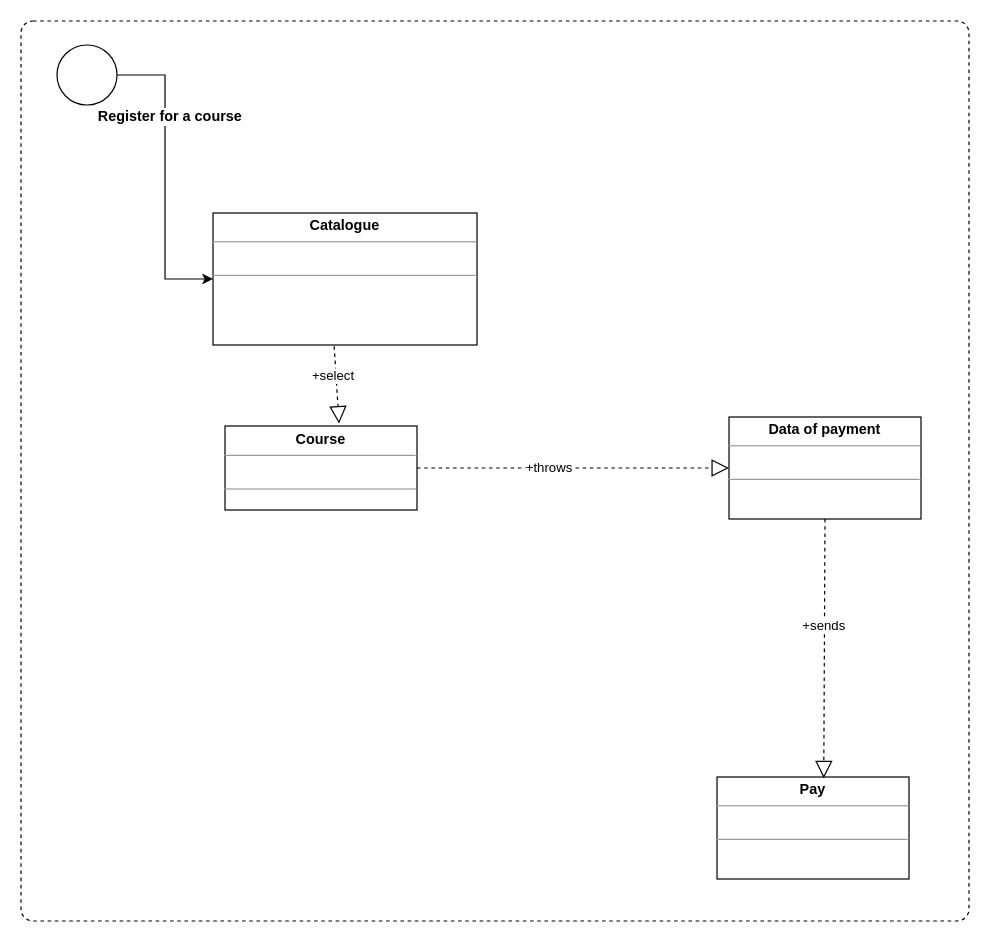
Above: Documents U1/diagrams/classEnglish.drawio in DianaHFer/Analisis-avanzado-de-software (draw.io), before the change. Source tidied: cells renumbered, new cells numbered last; positions are measured from the earlier drawing's top-left corner, leaving out a move shared by most shapes. Both pictures are drawn from the tidied source at 120%, with x=0, y=0 at pixel (20, 20).
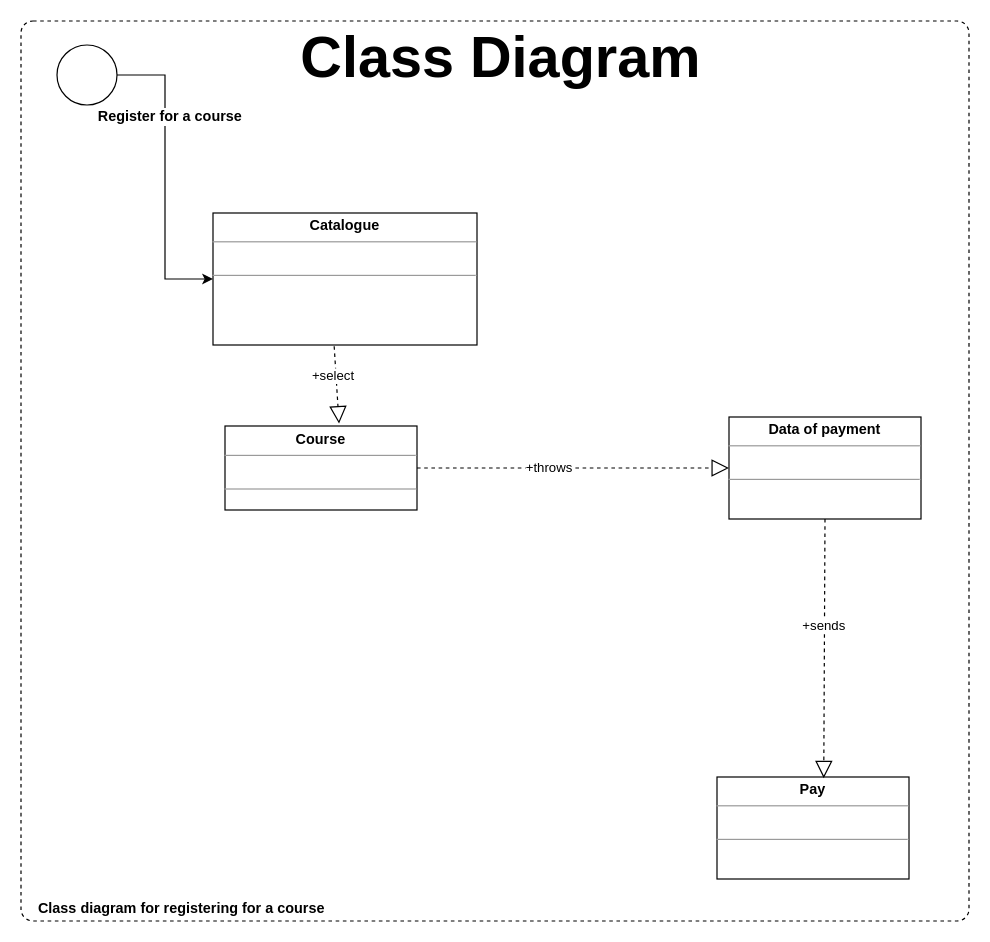
The same diagram, later.

Diff of the diagram source:
```diff
@@
 <mxGraphModel>
   <root>
     <mxCell id="0" />
     <mxCell id="1" parent="0" />
     <mxCell id="2" style="html=1;align=center;verticalAlign=top;rounded=1;absoluteArcSize=1;arcSize=20;dashed=1;" parent="1" vertex="1">
       <mxGeometry width="790" height="750" as="geometry" />
     </mxCell>
     <mxCell id="3" value="&lt;p style=&quot;margin: 0px ; margin-top: 4px ; text-align: center&quot;&gt;&lt;b&gt;Catalogue&lt;/b&gt;&lt;/p&gt;&lt;hr size=&quot;1&quot;&gt;&lt;p style=&quot;margin: 0px ; margin-left: 4px&quot;&gt;&lt;br&gt;&lt;/p&gt;&lt;hr size=&quot;1&quot;&gt;&lt;p style=&quot;margin: 0px ; margin-left: 4px&quot;&gt;&lt;br&gt;&lt;/p&gt;" style="verticalAlign=top;align=left;overflow=fill;fontSize=12;fontFamily=Helvetica;html=1;fillColor=none;" parent="1" vertex="1">
       <mxGeometry x="160" y="160" width="220" height="110" as="geometry" />
     </mxCell>
     <mxCell id="4" value="&lt;p style=&quot;margin: 0px ; margin-top: 4px ; text-align: center&quot;&gt;&lt;b&gt;Course&lt;/b&gt;&lt;/p&gt;&lt;hr size=&quot;1&quot;&gt;&lt;p style=&quot;margin: 0px ; margin-left: 4px&quot;&gt;&lt;br&gt;&lt;/p&gt;&lt;hr size=&quot;1&quot;&gt;&lt;p style=&quot;margin: 0px ; margin-left: 4px&quot;&gt;&lt;br&gt;&lt;/p&gt;" style="verticalAlign=top;align=left;overflow=fill;fontSize=12;fontFamily=Helvetica;html=1;fillColor=none;" parent="1" vertex="1">
       <mxGeometry x="170" y="337.5" width="160" height="70" as="geometry" />
     </mxCell>
     <mxCell id="5" style="endArrow=block;dashed=1;endFill=0;endSize=12;html=1;exitX=1;exitY=0.5;exitDx=0;exitDy=0;entryX=0;entryY=0.5;entryDx=0;entryDy=0;" parent="1" edge="1" source="4" target="15">
       <mxGeometry relative="1" as="geometry" />
     </mxCell>
     <mxCell id="6" value="+throws" style="edgeLabel;html=1;align=center;verticalAlign=middle;" parent="5" vertex="1">
       <mxGeometry x="-0.16" y="1" relative="1" as="geometry" />
     </mxCell>
     <mxCell id="7" style="endArrow=block;dashed=1;endFill=0;endSize=12;html=1;exitX=0.459;exitY=1.009;exitDx=0;exitDy=0;exitPerimeter=0;entryX=0.594;entryY=-0.029;entryDx=0;entryDy=0;entryPerimeter=0;" parent="1" edge="1" source="3" target="4">
       <mxGeometry relative="1" as="geometry" />
     </mxCell>
     <mxCell id="8" value="+select" style="edgeLabel;html=1;align=center;verticalAlign=middle;" parent="7" vertex="1">
       <mxGeometry x="-0.25" y="-3" relative="1" as="geometry" />
     </mxCell>
     <mxCell id="9" value="&lt;p style=&quot;margin: 0px ; margin-top: 4px ; text-align: center&quot;&gt;&lt;b&gt;Pay&lt;/b&gt;&lt;/p&gt;&lt;hr size=&quot;1&quot;&gt;&lt;p style=&quot;margin: 0px ; margin-left: 4px&quot;&gt;&lt;br&gt;&lt;/p&gt;&lt;hr size=&quot;1&quot;&gt;&lt;p style=&quot;margin: 0px ; margin-left: 4px&quot;&gt;&lt;br&gt;&lt;/p&gt;" style="verticalAlign=top;align=left;overflow=fill;fontSize=12;fontFamily=Helvetica;html=1;fillColor=none;" parent="1" vertex="1">
       <mxGeometry x="580" y="630" width="160" height="85" as="geometry" />
     </mxCell>
     <mxCell id="10" style="endArrow=block;dashed=1;endFill=0;endSize=12;html=1;exitX=0.5;exitY=1;exitDx=0;exitDy=0;entryX=0.556;entryY=0.012;entryDx=0;entryDy=0;entryPerimeter=0;" parent="1" edge="1" source="15" target="9">
       <mxGeometry relative="1" as="geometry" />
     </mxCell>
     <mxCell id="11" value="+sends" style="edgeLabel;html=1;align=center;verticalAlign=middle;" parent="10" vertex="1">
       <mxGeometry x="-0.18" y="-1" relative="1" as="geometry" />
     </mxCell>
     <mxCell id="12" style="ellipse;whiteSpace=wrap;html=1;" parent="1" vertex="1">
       <mxGeometry x="30" y="20" width="50" height="50" as="geometry" />
     </mxCell>
     <mxCell id="13" style="edgeStyle=orthogonalEdgeStyle;rounded=0;jettySize=auto;html=1;entryX=0;entryY=0.5;entryDx=0;entryDy=0;" parent="1" edge="1" source="12" target="3">
       <mxGeometry relative="1" as="geometry" />
     </mxCell>
     <mxCell id="14" value="&lt;span style=&quot;font-size: 12px&quot;&gt;&lt;b&gt;Register for a course&lt;/b&gt;&lt;/span&gt;" style="edgeLabel;html=1;align=center;verticalAlign=middle;" parent="13" vertex="1">
       <mxGeometry x="-0.41" y="3" relative="1" as="geometry" />
     </mxCell>
     <mxCell id="15" value="&lt;p style=&quot;margin: 0px ; margin-top: 4px ; text-align: center&quot;&gt;&lt;b&gt;Data of payment&lt;/b&gt;&lt;br&gt;&lt;/p&gt;&lt;hr size=&quot;1&quot;&gt;&lt;p style=&quot;margin: 0px ; margin-left: 4px&quot;&gt;&lt;br&gt;&lt;/p&gt;&lt;hr size=&quot;1&quot;&gt;&lt;p style=&quot;margin: 0px ; margin-left: 4px&quot;&gt;&lt;br&gt;&lt;/p&gt;" style="verticalAlign=top;align=left;overflow=fill;fontSize=12;fontFamily=Helvetica;html=1;fillColor=none;" parent="1" vertex="1">
       <mxGeometry x="590" y="330" width="160" height="85" as="geometry" />
     </mxCell>
+    <mxCell id="16" value="&lt;font style=&quot;font-size: 48px&quot;&gt;&lt;b&gt;Class Diagram&lt;/b&gt;&lt;/font&gt;" style="text;html=1;strokeColor=none;fillColor=none;align=center;verticalAlign=middle;whiteSpace=wrap;rounded=0;" parent="1" vertex="1">
+      <mxGeometry x="220" y="20" width="360" height="20" as="geometry" />
+    </mxCell>
+    <mxCell id="17" value="&lt;b&gt;Class diagram for registering for a course&lt;/b&gt;" style="text;html=1;strokeColor=none;fillColor=none;align=center;verticalAlign=middle;whiteSpace=wrap;rounded=0;" parent="1" vertex="1">
+      <mxGeometry x="4" y="730" width="260" height="20" as="geometry" />
+    </mxCell>
   </root>
 </mxGraphModel>
```
